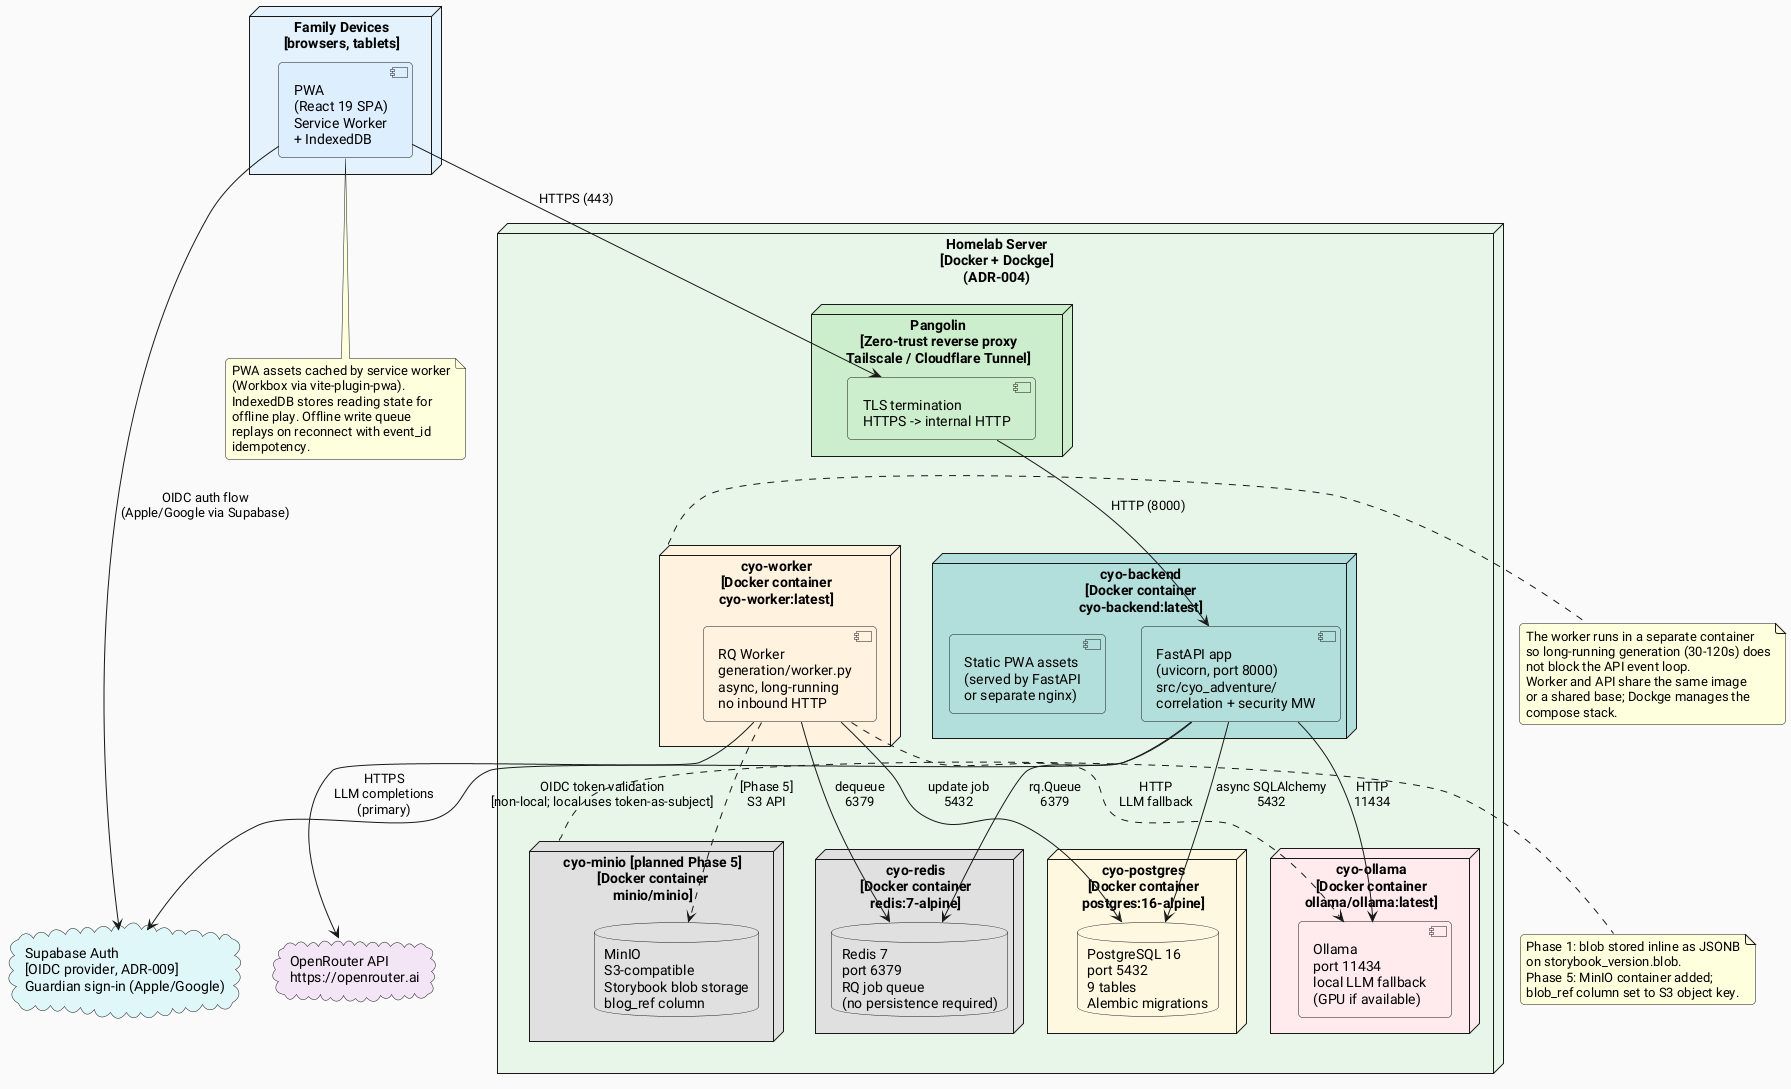
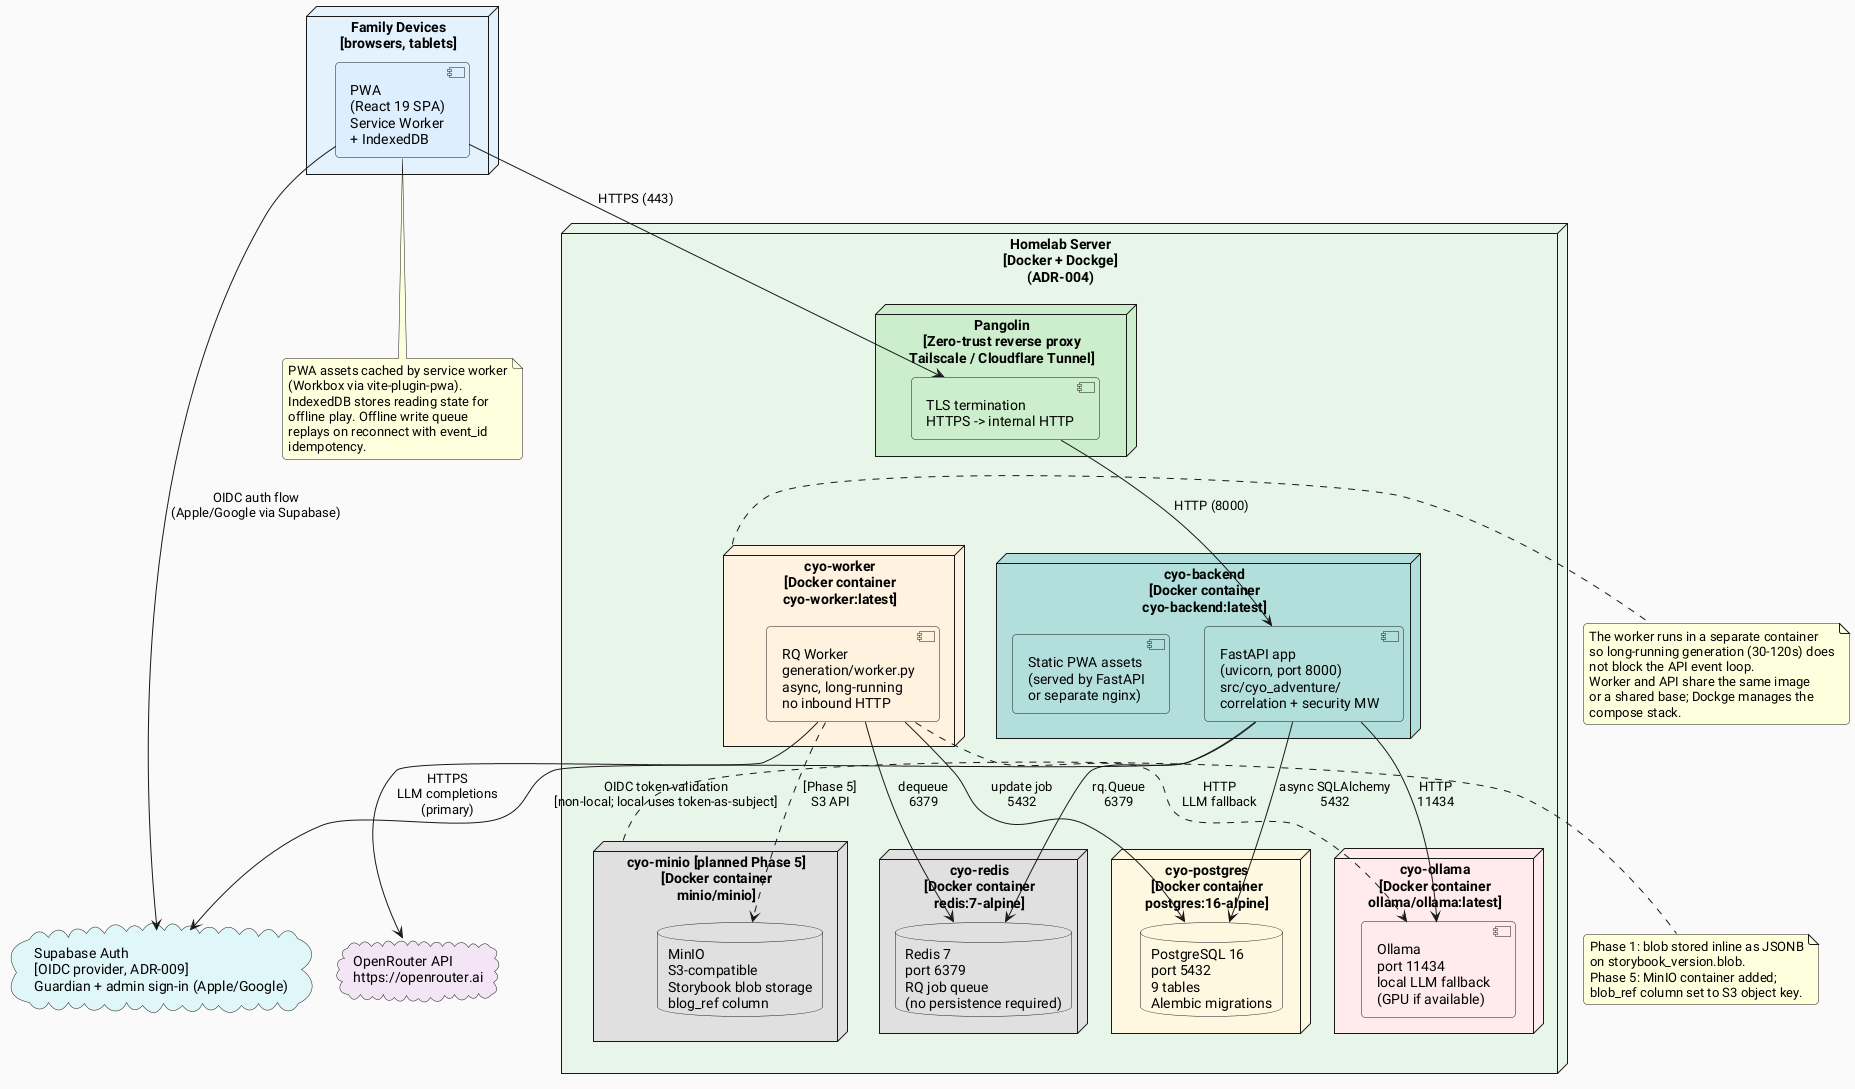
@startuml deployment
' ============================================================
' Deployment View: Homelab-first Docker deployment
' CYO Adventure
'
' Source files:
'   docs/planning/adr/adr-004-homelab-first-deployment.md
'   docs/planning/adr/adr-009-supabase-platform.md (Supabase OIDC replaces Authentik as app IdP)
'   docs/planning/tech-spec.md  (Infrastructure section)
'   CLAUDE.md (Docker, Pangolin zero-trust, Dockge)
'
' Note: MinIO shown as planned (deferred Phase 5).
' Note: homelab Authentik keeps its existing internal homelab-service roles
' (ADR-009) but is no longer the app's OIDC identity provider. All app
' principals, guardians and the global admin approver alike, authenticate
' via Supabase OIDC (the admin is a Supabase identity with is_admin), shown below.
' ============================================================

skinparam defaultFontName "Roboto"
skinparam backgroundColor #FAFAFA
skinparam roundCorner 8

node "Family Devices\n[browsers, tablets]" as devices #E3F2FD {
  component "PWA\n(React 19 SPA)\nService Worker\n+ IndexedDB" as pwa_client #DDEEFF
}

cloud "OpenRouter API\nhttps://openrouter.ai" as openrouter_cloud #F3E5F5
- cloud "Supabase Auth\n[OIDC provider, ADR-009]\nGuardian sign-in (Apple/Google)" as supabase_cloud #E0F7FA
+ cloud "Supabase Auth\n[OIDC provider, ADR-009]\nGuardian + admin sign-in (Apple/Google)" as supabase_cloud #E0F7FA

node "Homelab Server\n[Docker + Dockge]\n(ADR-004)" as homelab #E8F5E9 {

  node "Pangolin\n[Zero-trust reverse proxy\nTailscale / Cloudflare Tunnel]" as pangolin #CCEECC {
    component "TLS termination\nHTTPS -> internal HTTP" as tls #CCEECC
  }

  node "cyo-backend\n[Docker container\ncyo-backend:latest]" as backend_container #B2DFDB {
    component "FastAPI app\n(uvicorn, port 8000)\nsrc/cyo_adventure/\ncorrelation + security MW" as fastapi_app #B2DFDB
    component "Static PWA assets\n(served by FastAPI\nor separate nginx)" as static_assets #B2DFDB
  }

  node "cyo-worker\n[Docker container\ncyo-worker:latest]" as worker_container #FFF3E0 {
    component "RQ Worker\ngeneration/worker.py\nasync, long-running\nno inbound HTTP" as rq_worker #FFF3E0
  }

  node "cyo-postgres\n[Docker container\npostgres:16-alpine]" as postgres_container #FFF8E1 {
    database "PostgreSQL 16\nport 5432\n9 tables\nAlembic migrations" as pg_db #FFF8E1
  }

  node "cyo-redis\n[Docker container\nredis:7-alpine]" as redis_container #E0E0E0 {
    database "Redis 7\nport 6379\nRQ job queue\n(no persistence required)" as redis_db #E0E0E0
  }

  node "cyo-ollama\n[Docker container\nollama/ollama:latest]" as ollama_container #FFEBEE {
    component "Ollama\nport 11434\nlocal LLM fallback\n(GPU if available)" as ollama_svc #FFEBEE
  }

  node "cyo-minio [planned Phase 5]\n[Docker container\nminio/minio]" as minio_container #E0E0E0 {
    database "MinIO\nS3-compatible\nStorybook blob storage\nblog_ref column" as minio_db #E0E0E0
  }

}

' --- Network flows ---
pwa_client --> tls : "HTTPS (443)"
tls --> fastapi_app : "HTTP (8000)"
fastapi_app --> pg_db : "async SQLAlchemy\n5432"
fastapi_app --> redis_db : "rq.Queue\n6379"
fastapi_app --> ollama_svc : "HTTP\n11434"
rq_worker --> redis_db : "dequeue\n6379"
rq_worker --> pg_db : "update job\n5432"
rq_worker --> openrouter_cloud : "HTTPS\nLLM completions\n(primary)"
rq_worker ..> ollama_svc : "HTTP\nLLM fallback"
rq_worker ..> minio_db : "[Phase 5]\nS3 API"
pwa_client --> supabase_cloud : "OIDC auth flow\n(Apple/Google via Supabase)"
fastapi_app --> supabase_cloud : "OIDC token validation\n[non-local; local uses token-as-subject]"

note right of worker_container
  The worker runs in a separate container
  so long-running generation (30-120s) does
  not block the API event loop.
  Worker and API share the same image
  or a shared base; Dockge manages the
  compose stack.
end note

note right of minio_container
  Phase 1: blob stored inline as JSONB
  on storybook_version.blob.
  Phase 5: MinIO container added;
  blob_ref column set to S3 object key.
end note

note bottom of pwa_client
  PWA assets cached by service worker
  (Workbox via vite-plugin-pwa).
  IndexedDB stores reading state for
  offline play. Offline write queue
  replays on reconnect with event_id
  idempotency.
end note

@enduml
